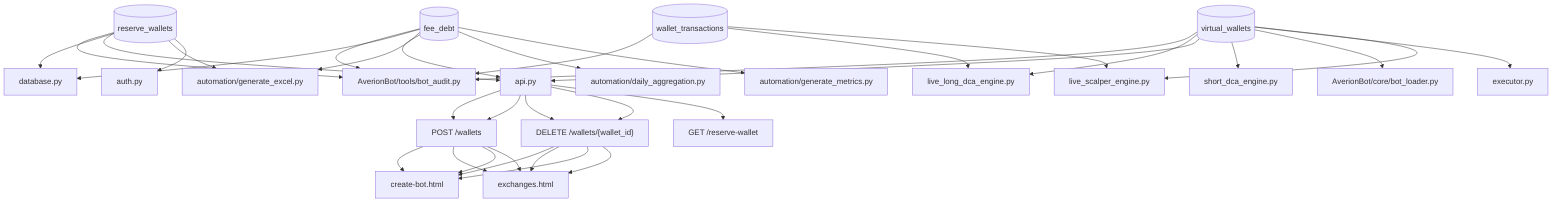
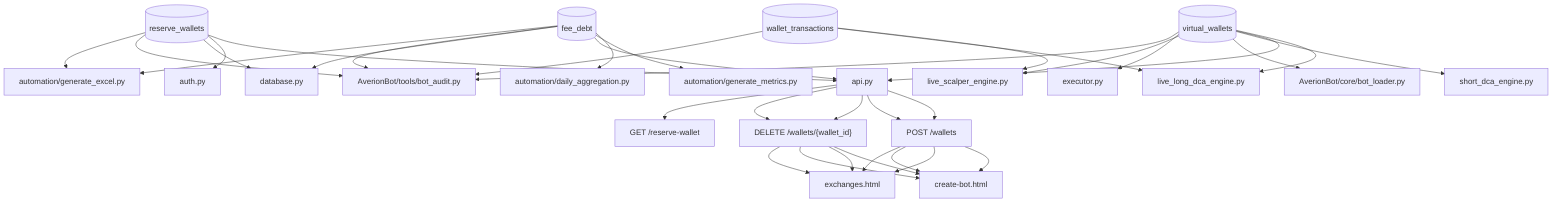
graph TD
+     reserve_wallets[("reserve_wallets")] --> api_py["api.py"]
+     reserve_wallets[("reserve_wallets")] --> auth_py["auth.py"]
+     reserve_wallets[("reserve_wallets")] --> database_py["database.py"]
    reserve_wallets[("reserve_wallets")] --> AverionBot_tools_bot_audit_py["AverionBot/tools/bot_audit.py"]
-     reserve_wallets[("reserve_wallets")] --> database_py["database.py"]
-     reserve_wallets[("reserve_wallets")] --> api_py["api.py"]
    reserve_wallets[("reserve_wallets")] --> automation_generate_excel_py["automation/generate_excel.py"]
-     reserve_wallets[("reserve_wallets")] --> auth_py["auth.py"]
-     virtual_wallets[("virtual_wallets")] --> AverionBot_tools_bot_audit_py["AverionBot/tools/bot_audit.py"]
    virtual_wallets[("virtual_wallets")] --> live_long_dca_engine_py["live_long_dca_engine.py"]
    virtual_wallets[("virtual_wallets")] --> api_py["api.py"]
    virtual_wallets[("virtual_wallets")] --> short_dca_engine_py["short_dca_engine.py"]
    virtual_wallets[("virtual_wallets")] --> AverionBot_core_bot_loader_py["AverionBot/core/bot_loader.py"]
    virtual_wallets[("virtual_wallets")] --> executor_py["executor.py"]
+     virtual_wallets[("virtual_wallets")] --> AverionBot_tools_bot_audit_py["AverionBot/tools/bot_audit.py"]
    virtual_wallets[("virtual_wallets")] --> live_scalper_engine_py["live_scalper_engine.py"]
+     wallet_transactions[("wallet_transactions")] --> live_scalper_engine_py["live_scalper_engine.py"]
+     wallet_transactions[("wallet_transactions")] --> live_long_dca_engine_py["live_long_dca_engine.py"]
    wallet_transactions[("wallet_transactions")] --> AverionBot_tools_bot_audit_py["AverionBot/tools/bot_audit.py"]
-     wallet_transactions[("wallet_transactions")] --> live_long_dca_engine_py["live_long_dca_engine.py"]
-     wallet_transactions[("wallet_transactions")] --> live_scalper_engine_py["live_scalper_engine.py"]
+     fee_debt[("fee_debt")] --> automation_generate_metrics_py["automation/generate_metrics.py"]
+     fee_debt[("fee_debt")] --> automation_daily_aggregation_py["automation/daily_aggregation.py"]
+     fee_debt[("fee_debt")] --> api_py["api.py"]
+     fee_debt[("fee_debt")] --> database_py["database.py"]
    fee_debt[("fee_debt")] --> AverionBot_tools_bot_audit_py["AverionBot/tools/bot_audit.py"]
-     fee_debt[("fee_debt")] --> database_py["database.py"]
-     fee_debt[("fee_debt")] --> api_py["api.py"]
    fee_debt[("fee_debt")] --> automation_generate_excel_py["automation/generate_excel.py"]
-     fee_debt[("fee_debt")] --> automation_daily_aggregation_py["automation/daily_aggregation.py"]
-     fee_debt[("fee_debt")] --> automation_generate_metrics_py["automation/generate_metrics.py"]
    api_py --> _wallets["GET /wallets"]
    _wallets --> create-bot_html["create-bot.html"]
    _wallets --> exchanges_html["exchanges.html"]
    api_py --> _wallets["POST /wallets"]
    _wallets --> create-bot_html["create-bot.html"]
    _wallets --> exchanges_html["exchanges.html"]
    api_py --> _wallets_wallet_id["PUT /wallets/{wallet_id}"]
    _wallets_wallet_id --> create-bot_html["create-bot.html"]
    _wallets_wallet_id --> exchanges_html["exchanges.html"]
    api_py --> _wallets_wallet_id["DELETE /wallets/{wallet_id}"]
    _wallets_wallet_id --> create-bot_html["create-bot.html"]
    _wallets_wallet_id --> exchanges_html["exchanges.html"]
    api_py --> _reserve-wallet["GET /reserve-wallet"]
